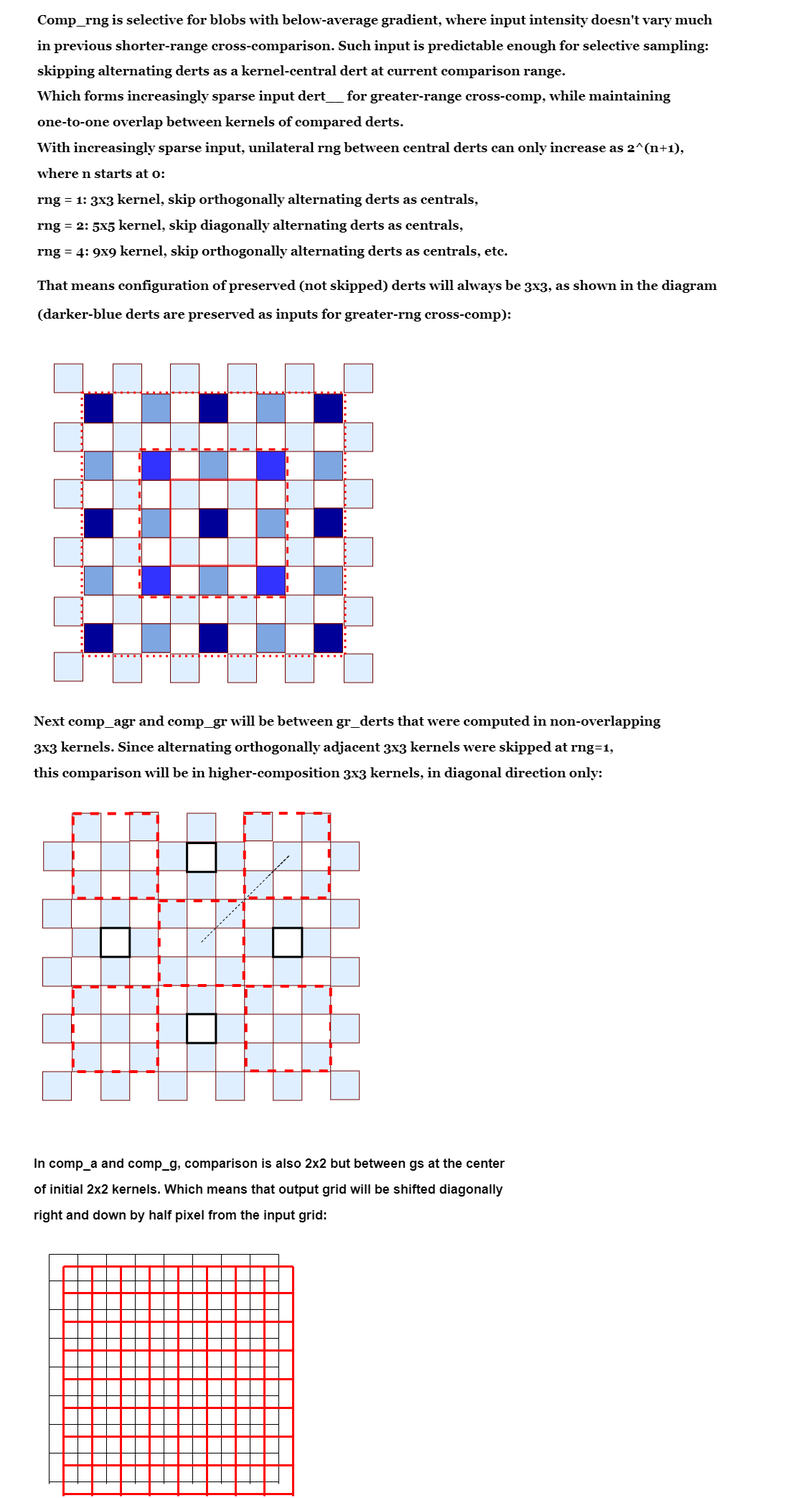
The draw.io diagram frame_2D_alg/Illustrations/intra_comp_diagrams.png in boris-kz/CogAlg, before a commit. Source tidied: cells renumbered, new cells last; positions are measured from the earlier drawing's top-left corner, leaving out a move shared by most shapes.
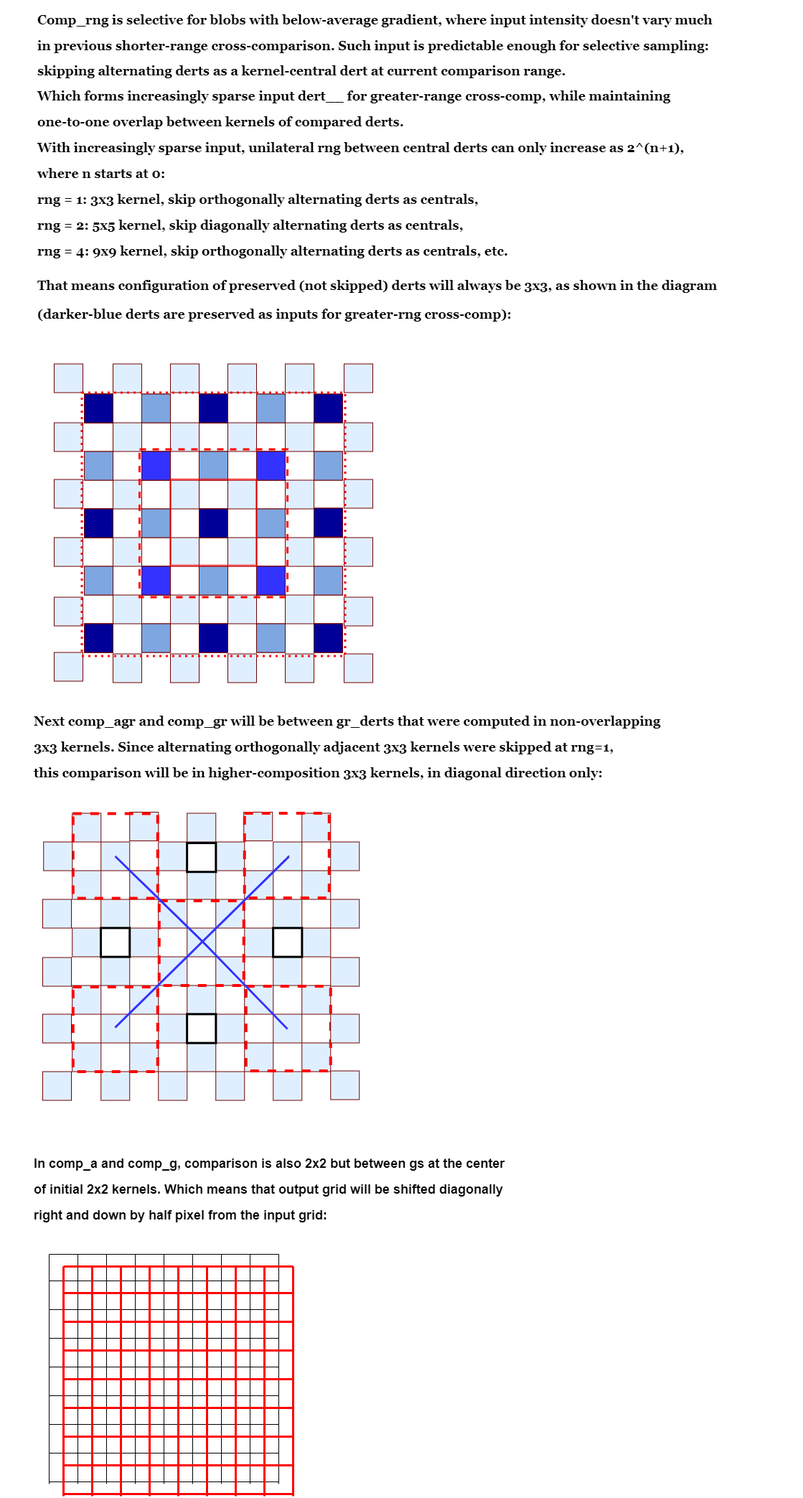
Later version of the same file.

What changed in the source:
```diff
@@ -746,5 +746,20 @@
         <mxPoint x="408" y="1990" as="targetPoint" />
       </mxGeometry>
     </mxCell>
+    <mxCell id="212" style="endArrow=none;html=1;strokeColor=#3333FF;strokeWidth=3;" parent="1" edge="1">
+      <mxGeometry relative="1" as="geometry">
+        <mxPoint x="160" y="1337" as="sourcePoint" />
+        <mxPoint x="402" y="1099" as="targetPoint" />
+      </mxGeometry>
+    </mxCell>
+    <mxCell id="213" style="endArrow=none;html=1;strokeColor=#3333FF;strokeWidth=3;" parent="1" edge="1">
+      <mxGeometry relative="1" as="geometry">
+        <mxPoint x="160" y="1098.5" as="sourcePoint" />
+        <mxPoint x="400" y="1339" as="targetPoint" />
+        <Array as="points">
+          <mxPoint x="282" y="1217.5" />
+        </Array>
+      </mxGeometry>
+    </mxCell>
   </root>
 </mxGraphModel>
```
